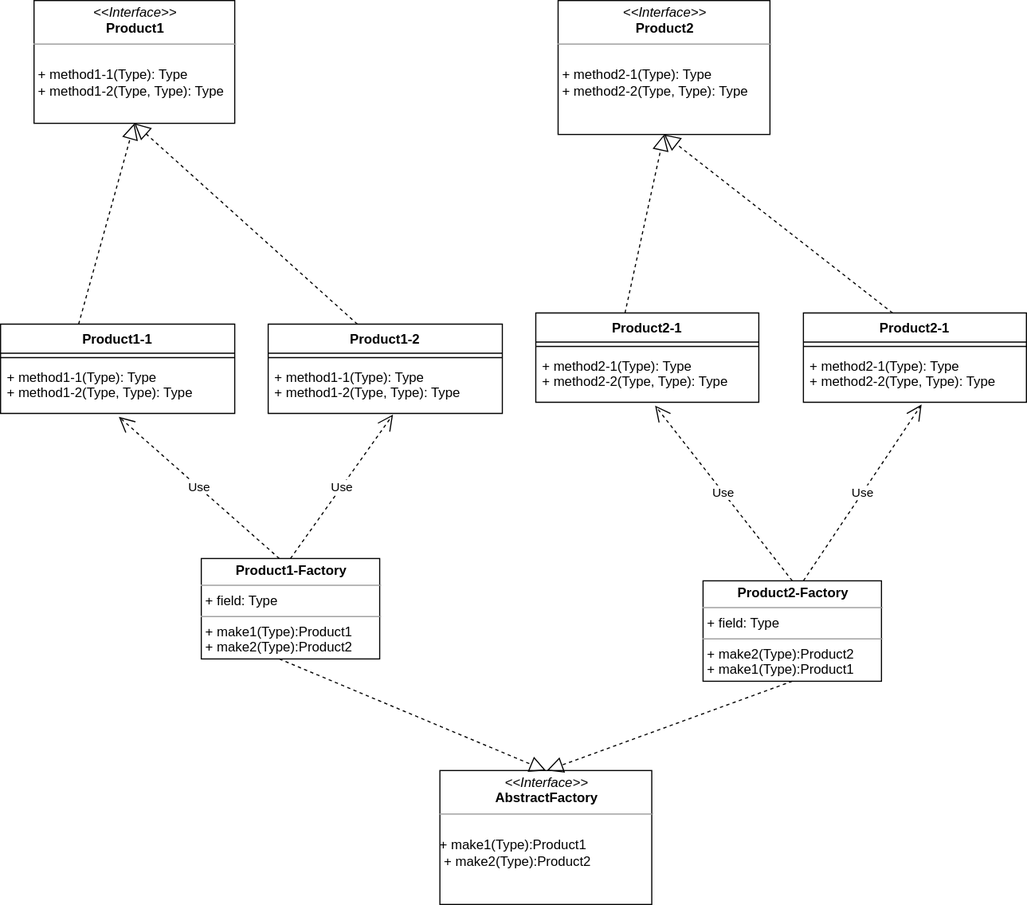
Before: cloudnative/kubernetes/image/7.drawio.svg, a diagram exported from draw.io (ruster-cn/wiki). Source tidied: cells renumbered, new cells last; positions are measured from the earlier drawing's top-left corner, leaving out a move shared by most shapes. Source of this version:
```xml
<mxGraphModel>
  <root>
    <mxCell id="0" />
    <mxCell id="1" parent="0" />
    <mxCell id="2" value="&lt;p style=&quot;margin: 0px ; margin-top: 4px ; text-align: center&quot;&gt;&lt;i&gt;&amp;lt;&amp;lt;Interface&amp;gt;&amp;gt;&lt;/i&gt;&lt;br&gt;&lt;b&gt;Product1&lt;/b&gt;&lt;/p&gt;&lt;hr size=&quot;1&quot;&gt;&lt;p style=&quot;margin: 0px ; margin-left: 4px&quot;&gt;&lt;br&gt;&lt;/p&gt;&lt;p style=&quot;margin: 0px ; margin-left: 4px&quot;&gt;+ method1-1(Type): Type&lt;br&gt;+ method1-2(Type, Type): Type&lt;/p&gt;" style="verticalAlign=top;align=left;overflow=fill;fontSize=12;fontFamily=Helvetica;html=1;" parent="1" vertex="1">
      <mxGeometry x="30" width="180" height="110" as="geometry" />
    </mxCell>
    <mxCell id="3" value="&lt;p style=&quot;margin: 0px ; margin-top: 4px ; text-align: center&quot;&gt;&lt;i&gt;&amp;lt;&amp;lt;Interface&amp;gt;&amp;gt;&lt;/i&gt;&lt;br&gt;&lt;b&gt;Product2&lt;/b&gt;&lt;/p&gt;&lt;hr size=&quot;1&quot;&gt;&lt;p style=&quot;margin: 0px ; margin-left: 4px&quot;&gt;&lt;br&gt;&lt;/p&gt;&lt;p style=&quot;margin: 0px ; margin-left: 4px&quot;&gt;+ method2-1(Type): Type&lt;br&gt;+ method2-2(Type, Type): Type&lt;/p&gt;" style="verticalAlign=top;align=left;overflow=fill;fontSize=12;fontFamily=Helvetica;html=1;" parent="1" vertex="1">
      <mxGeometry x="500" width="190" height="120" as="geometry" />
    </mxCell>
    <mxCell id="4" value="Product1-1" style="swimlane;fontStyle=1;align=center;verticalAlign=top;horizontal=1;startSize=26;" parent="1" vertex="1">
      <mxGeometry y="290" width="210" height="80" as="geometry" />
    </mxCell>
    <mxCell id="5" style="endArrow=block;dashed=1;endFill=0;endSize=12;html=1;entryX=0.5;entryY=1;entryDx=0;entryDy=0;" parent="4" edge="1" target="2">
      <mxGeometry relative="1" as="geometry">
        <mxPoint x="70" as="sourcePoint" />
      </mxGeometry>
    </mxCell>
    <mxCell id="6" style="line;strokeWidth=1;fillColor=none;align=left;verticalAlign=middle;spacingTop=-1;spacingLeft=3;spacingRight=3;labelPosition=right;" parent="4" vertex="1">
      <mxGeometry y="26" width="210" height="8" as="geometry" />
    </mxCell>
    <mxCell id="7" value="+ method1-1(Type): Type&#10;+ method1-2(Type, Type): Type" style="text;strokeColor=none;fillColor=none;align=left;verticalAlign=top;spacingLeft=4;spacingRight=4;overflow=hidden;points=[[0,0.5],[1,0.5]];portConstraint=eastwest;" parent="4" vertex="1">
      <mxGeometry y="34" width="210" height="46" as="geometry" />
    </mxCell>
    <mxCell id="8" value="Product1-2" style="swimlane;fontStyle=1;align=center;verticalAlign=top;horizontal=1;startSize=26;" parent="1" vertex="1">
      <mxGeometry x="240" y="290" width="210" height="80" as="geometry" />
    </mxCell>
    <mxCell id="9" style="endArrow=block;dashed=1;endFill=0;endSize=12;html=1;" parent="8" edge="1">
      <mxGeometry relative="1" as="geometry">
        <mxPoint x="80" as="sourcePoint" />
        <mxPoint x="-120" y="-180" as="targetPoint" />
      </mxGeometry>
    </mxCell>
    <mxCell id="10" style="line;strokeWidth=1;fillColor=none;align=left;verticalAlign=middle;spacingTop=-1;spacingLeft=3;spacingRight=3;labelPosition=right;" parent="8" vertex="1">
      <mxGeometry y="26" width="210" height="8" as="geometry" />
    </mxCell>
    <mxCell id="11" value="+ method1-1(Type): Type&#10;+ method1-2(Type, Type): Type" style="text;strokeColor=none;fillColor=none;align=left;verticalAlign=top;spacingLeft=4;spacingRight=4;overflow=hidden;points=[[0,0.5],[1,0.5]];portConstraint=eastwest;" parent="8" vertex="1">
      <mxGeometry y="34" width="210" height="46" as="geometry" />
    </mxCell>
    <mxCell id="12" value="Product2-1" style="swimlane;fontStyle=1;align=center;verticalAlign=top;horizontal=1;startSize=26;" parent="1" vertex="1">
      <mxGeometry x="480" y="280" width="200" height="80" as="geometry" />
    </mxCell>
    <mxCell id="13" style="endArrow=block;dashed=1;endFill=0;endSize=12;html=1;entryX=0.5;entryY=1;entryDx=0;entryDy=0;" parent="12" edge="1" target="3">
      <mxGeometry relative="1" as="geometry">
        <mxPoint x="80" as="sourcePoint" />
      </mxGeometry>
    </mxCell>
    <mxCell id="14" style="line;strokeWidth=1;fillColor=none;align=left;verticalAlign=middle;spacingTop=-1;spacingLeft=3;spacingRight=3;labelPosition=right;" parent="12" vertex="1">
      <mxGeometry y="26" width="200" height="8" as="geometry" />
    </mxCell>
    <mxCell id="15" value="+ method2-1(Type): Type&#10;+ method2-2(Type, Type): Type" style="text;strokeColor=none;fillColor=none;align=left;verticalAlign=top;spacingLeft=4;spacingRight=4;overflow=hidden;points=[[0,0.5],[1,0.5]];portConstraint=eastwest;" parent="12" vertex="1">
      <mxGeometry y="34" width="200" height="46" as="geometry" />
    </mxCell>
    <mxCell id="16" value="Product2-1" style="swimlane;fontStyle=1;align=center;verticalAlign=top;horizontal=1;startSize=26;" parent="1" vertex="1">
      <mxGeometry x="720" y="280" width="200" height="80" as="geometry" />
    </mxCell>
    <mxCell id="17" style="endArrow=block;dashed=1;endFill=0;endSize=12;html=1;entryX=0.5;entryY=1;entryDx=0;entryDy=0;" parent="16" edge="1" target="3">
      <mxGeometry relative="1" as="geometry">
        <mxPoint x="80" as="sourcePoint" />
      </mxGeometry>
    </mxCell>
    <mxCell id="18" style="line;strokeWidth=1;fillColor=none;align=left;verticalAlign=middle;spacingTop=-1;spacingLeft=3;spacingRight=3;labelPosition=right;" parent="16" vertex="1">
      <mxGeometry y="26" width="200" height="8" as="geometry" />
    </mxCell>
    <mxCell id="19" value="+ method2-1(Type): Type&#10;+ method2-2(Type, Type): Type" style="text;strokeColor=none;fillColor=none;align=left;verticalAlign=top;spacingLeft=4;spacingRight=4;overflow=hidden;points=[[0,0.5],[1,0.5]];portConstraint=eastwest;" parent="16" vertex="1">
      <mxGeometry y="34" width="200" height="46" as="geometry" />
    </mxCell>
    <mxCell id="20" value="&lt;p style=&quot;margin: 0px ; margin-top: 4px ; text-align: center&quot;&gt;&lt;b&gt;Product1-Factory&lt;/b&gt;&lt;/p&gt;&lt;hr size=&quot;1&quot;&gt;&lt;p style=&quot;margin: 0px ; margin-left: 4px&quot;&gt;+ field: Type&lt;/p&gt;&lt;hr size=&quot;1&quot;&gt;&lt;p style=&quot;margin: 0px ; margin-left: 4px&quot;&gt;+ make1(Type):Product1&lt;/p&gt;&lt;p style=&quot;margin: 0px ; margin-left: 4px&quot;&gt;+ make2(Type):Product2&lt;br&gt;&lt;/p&gt;" style="verticalAlign=top;align=left;overflow=fill;fontSize=12;fontFamily=Helvetica;html=1;" parent="1" vertex="1">
      <mxGeometry x="180" y="500" width="160" height="90" as="geometry" />
    </mxCell>
    <mxCell id="21" value="&lt;p style=&quot;margin: 0px ; margin-top: 4px ; text-align: center&quot;&gt;&lt;b&gt;Product2-Factory&lt;/b&gt;&lt;/p&gt;&lt;hr size=&quot;1&quot;&gt;&lt;p style=&quot;margin: 0px ; margin-left: 4px&quot;&gt;+ field: Type&lt;/p&gt;&lt;hr size=&quot;1&quot;&gt;&lt;p style=&quot;margin: 0px ; margin-left: 4px&quot;&gt;+ make2(Type):Product2&lt;/p&gt;&lt;p style=&quot;margin: 0px ; margin-left: 4px&quot;&gt;+ make1(Type):Product1&lt;br&gt;&lt;/p&gt;&lt;div&gt;&lt;br&gt;&lt;/div&gt;" style="verticalAlign=top;align=left;overflow=fill;fontSize=12;fontFamily=Helvetica;html=1;" parent="1" vertex="1">
      <mxGeometry x="630" y="520" width="160" height="90" as="geometry" />
    </mxCell>
    <mxCell id="22" value="Use" style="endArrow=open;endSize=12;dashed=1;html=1;entryX=0.505;entryY=1.065;entryDx=0;entryDy=0;entryPerimeter=0;" parent="1" edge="1" target="7">
      <mxGeometry relative="1" as="geometry">
        <mxPoint x="250" y="500" as="sourcePoint" />
      </mxGeometry>
    </mxCell>
    <mxCell id="23" value="Use" style="endArrow=open;endSize=12;dashed=1;html=1;entryX=0.533;entryY=1.022;entryDx=0;entryDy=0;entryPerimeter=0;" parent="1" edge="1" target="11">
      <mxGeometry relative="1" as="geometry">
        <mxPoint x="260" y="500" as="sourcePoint" />
      </mxGeometry>
    </mxCell>
    <mxCell id="24" value="Use" style="endArrow=open;endSize=12;dashed=1;html=1;entryX=0.535;entryY=1.065;entryDx=0;entryDy=0;entryPerimeter=0;" parent="1" edge="1" target="15">
      <mxGeometry relative="1" as="geometry">
        <mxPoint x="710" y="520" as="sourcePoint" />
      </mxGeometry>
    </mxCell>
    <mxCell id="25" value="Use" style="endArrow=open;endSize=12;dashed=1;html=1;entryX=0.53;entryY=1.043;entryDx=0;entryDy=0;entryPerimeter=0;" parent="1" edge="1" target="19">
      <mxGeometry relative="1" as="geometry">
        <mxPoint x="720" y="520" as="sourcePoint" />
      </mxGeometry>
    </mxCell>
    <mxCell id="26" value="&lt;p style=&quot;margin: 0px ; margin-top: 4px ; text-align: center&quot;&gt;&lt;i&gt;&amp;lt;&amp;lt;Interface&amp;gt;&amp;gt;&lt;/i&gt;&lt;br&gt;&lt;b&gt;AbstractFactory&lt;/b&gt;&lt;/p&gt;&lt;hr size=&quot;1&quot;&gt;&lt;p style=&quot;margin: 0px ; margin-left: 4px&quot;&gt;&lt;br&gt;&lt;/p&gt;+ make1(Type):Product1&lt;p style=&quot;margin: 0px ; margin-left: 4px&quot;&gt;+ make2(Type):Product2&lt;br&gt;&lt;/p&gt;" style="verticalAlign=top;align=left;overflow=fill;fontSize=12;fontFamily=Helvetica;html=1;" parent="1" vertex="1">
      <mxGeometry x="394" y="690" width="190" height="120" as="geometry" />
    </mxCell>
    <mxCell id="27" style="endArrow=block;dashed=1;endFill=0;endSize=12;html=1;entryX=0.5;entryY=0;entryDx=0;entryDy=0;" parent="1" edge="1" target="26">
      <mxGeometry relative="1" as="geometry">
        <mxPoint x="250" y="590" as="sourcePoint" />
      </mxGeometry>
    </mxCell>
    <mxCell id="28" style="endArrow=block;dashed=1;endFill=0;endSize=12;html=1;" parent="1" edge="1">
      <mxGeometry relative="1" as="geometry">
        <mxPoint x="710" y="610" as="sourcePoint" />
        <mxPoint x="490" y="690" as="targetPoint" />
      </mxGeometry>
    </mxCell>
  </root>
</mxGraphModel>
```
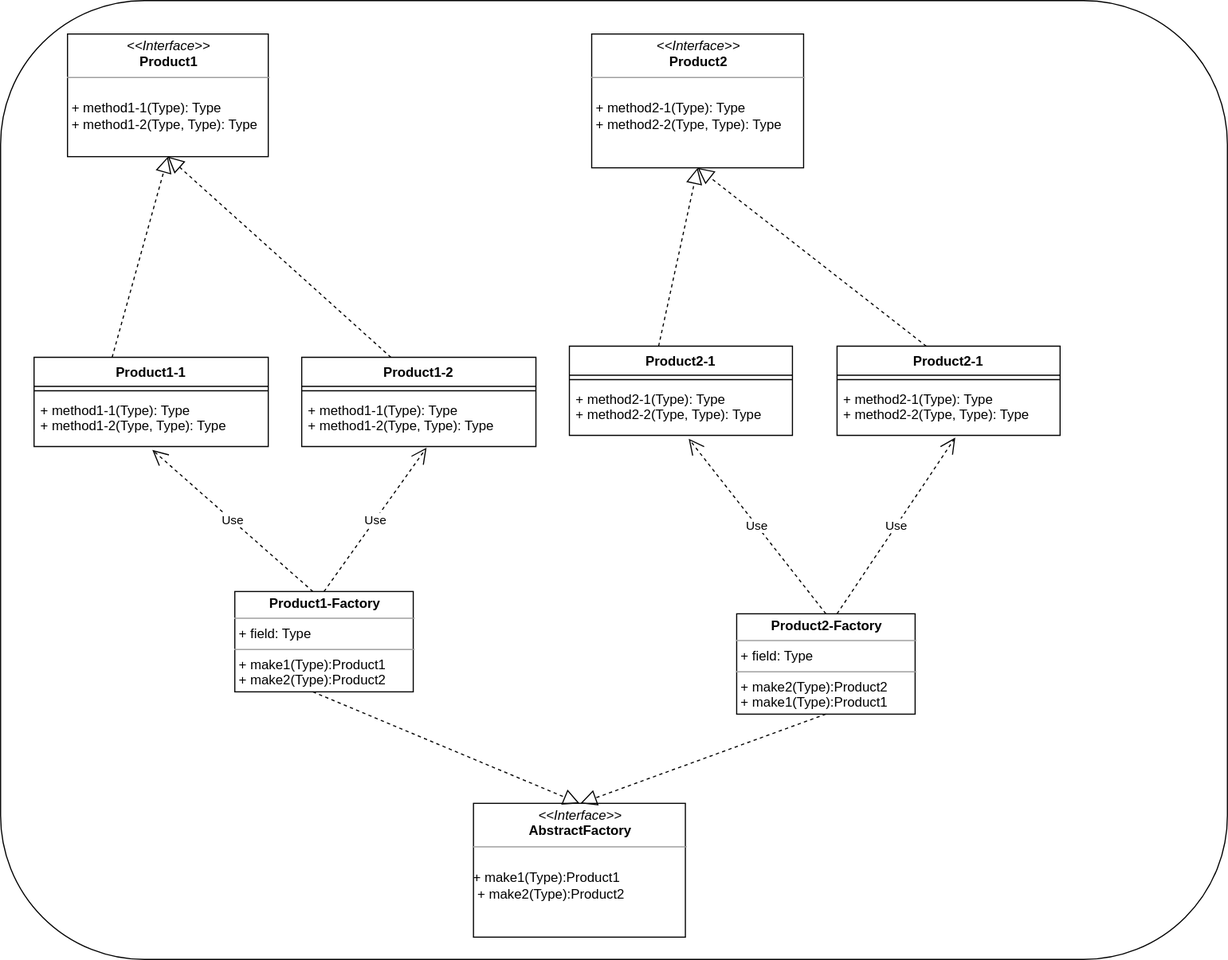
The same diagram one commit later.

What changed in the source:
```diff
@@ -2,6 +2,9 @@
   <root>
     <mxCell id="0" />
     <mxCell id="1" parent="0" />
+    <mxCell id="29" style="rounded=1;whiteSpace=wrap;html=1;" parent="1" vertex="1">
+      <mxGeometry x="-30" y="-30" width="1100" height="860" as="geometry" />
+    </mxCell>
     <mxCell id="2" value="&lt;p style=&quot;margin: 0px ; margin-top: 4px ; text-align: center&quot;&gt;&lt;i&gt;&amp;lt;&amp;lt;Interface&amp;gt;&amp;gt;&lt;/i&gt;&lt;br&gt;&lt;b&gt;Product1&lt;/b&gt;&lt;/p&gt;&lt;hr size=&quot;1&quot;&gt;&lt;p style=&quot;margin: 0px ; margin-left: 4px&quot;&gt;&lt;br&gt;&lt;/p&gt;&lt;p style=&quot;margin: 0px ; margin-left: 4px&quot;&gt;+ method1-1(Type): Type&lt;br&gt;+ method1-2(Type, Type): Type&lt;/p&gt;" style="verticalAlign=top;align=left;overflow=fill;fontSize=12;fontFamily=Helvetica;html=1;" parent="1" vertex="1">
       <mxGeometry x="30" width="180" height="110" as="geometry" />
     </mxCell>
```
